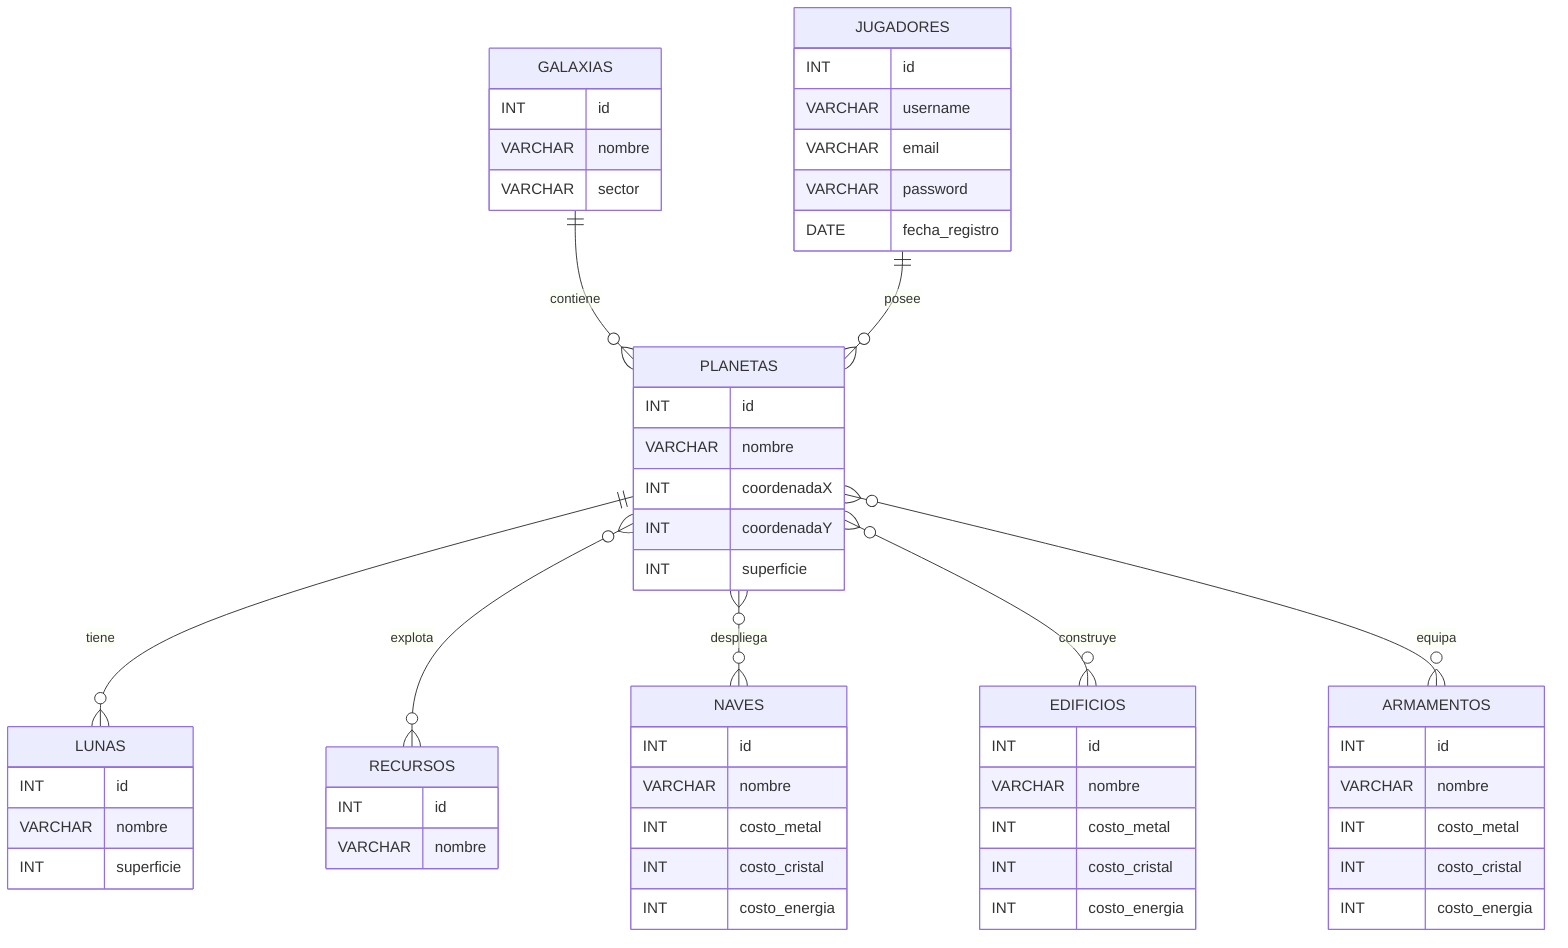
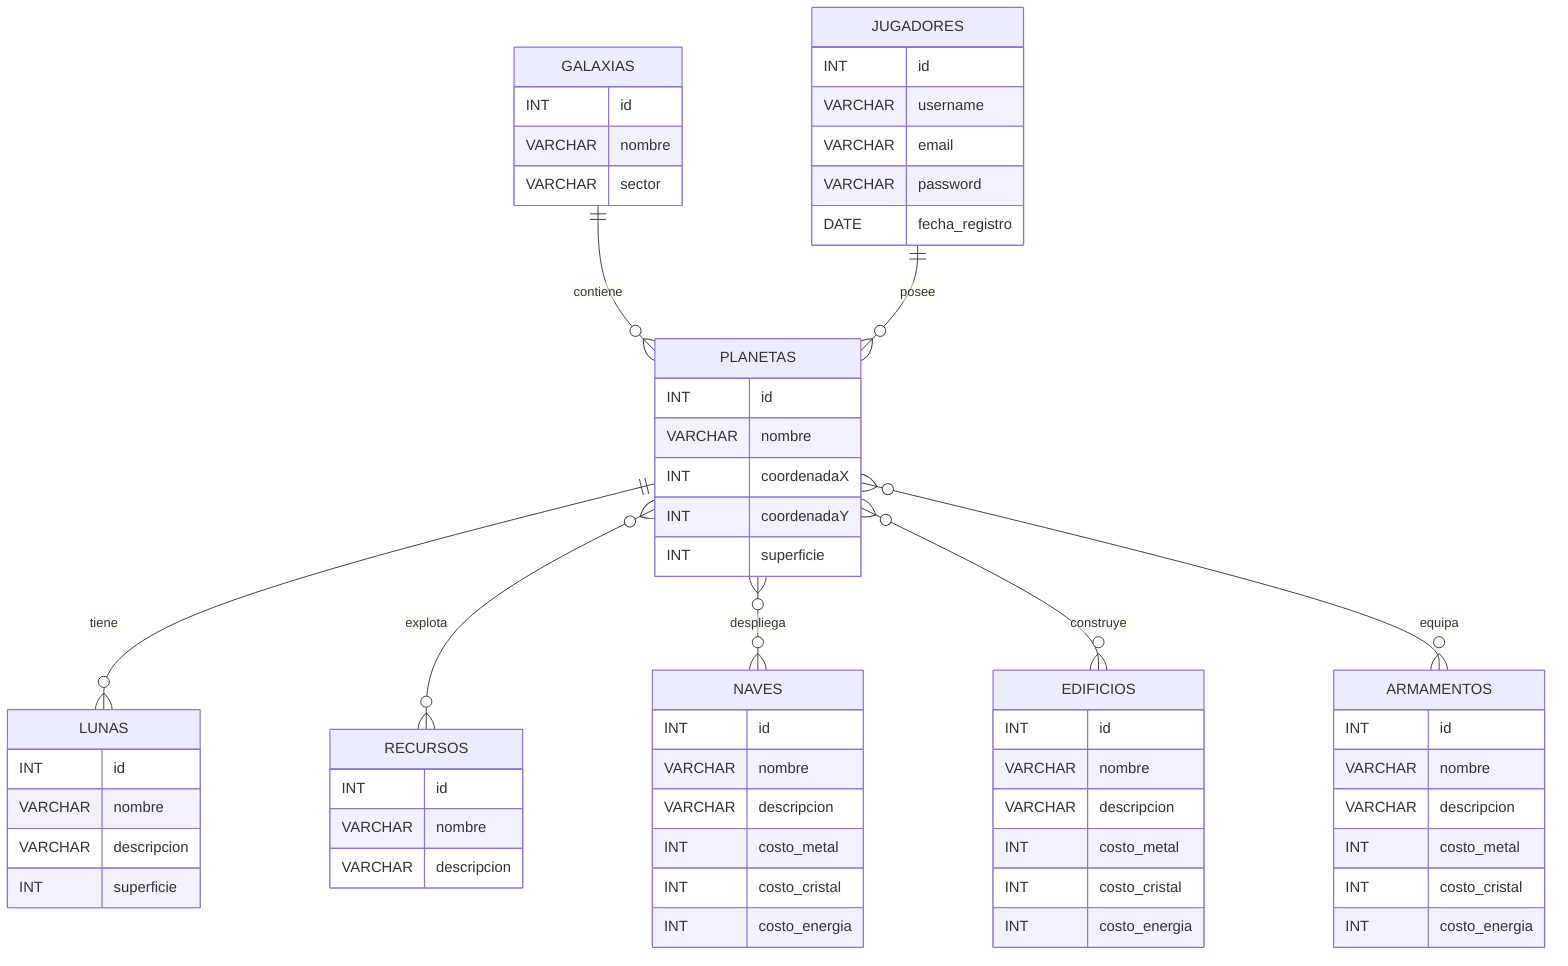
%% DER Conceptual del proyecto "Imperio"
%% Entidades puras con atributos (sin FK ni tablas intermedias)

erDiagram
    JUGADORES {
        INT id
        VARCHAR username
        VARCHAR email
        VARCHAR password
        DATE fecha_registro
    }

    GALAXIAS {
        INT id
        VARCHAR nombre
        VARCHAR sector
    }

    PLANETAS {
        INT id
        VARCHAR nombre
        INT coordenadaX
        INT coordenadaY
        INT superficie
    }

    RECURSOS {
        INT id
        VARCHAR nombre
+         VARCHAR descripcion
    }

    NAVES {
        INT id
        VARCHAR nombre
+         VARCHAR descripcion
        INT costo_metal
        INT costo_cristal
        INT costo_energia
    }

    EDIFICIOS {
        INT id
        VARCHAR nombre
+         VARCHAR descripcion
        INT costo_metal
        INT costo_cristal
        INT costo_energia
    }

    ARMAMENTOS {
        INT id
        VARCHAR nombre
+         VARCHAR descripcion
        INT costo_metal
        INT costo_cristal
        INT costo_energia
    }

    LUNAS {
        INT id
        VARCHAR nombre
+         VARCHAR descripcion
        INT superficie
    }

    GALAXIAS ||--o{ PLANETAS : contiene
    JUGADORES ||--o{ PLANETAS : posee
    PLANETAS ||--o{ LUNAS : tiene
    PLANETAS }o--o{ RECURSOS : explota
    PLANETAS }o--o{ NAVES : despliega
    PLANETAS }o--o{ EDIFICIOS : construye
    PLANETAS }o--o{ ARMAMENTOS : equipa
